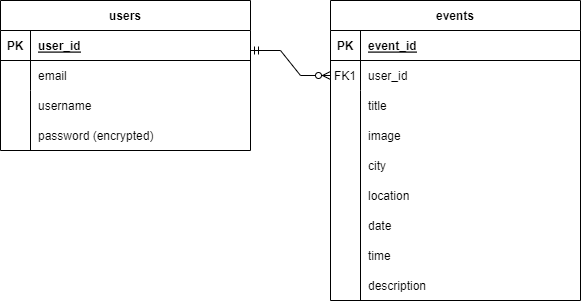
The draw.io diagram user-event.drawio.png in CristinaMateo/Batec_de_Festa, before a commit. Source tidied: cells renumbered, new cells last; positions are measured from the earlier drawing's top-left corner, leaving out a move shared by most shapes.
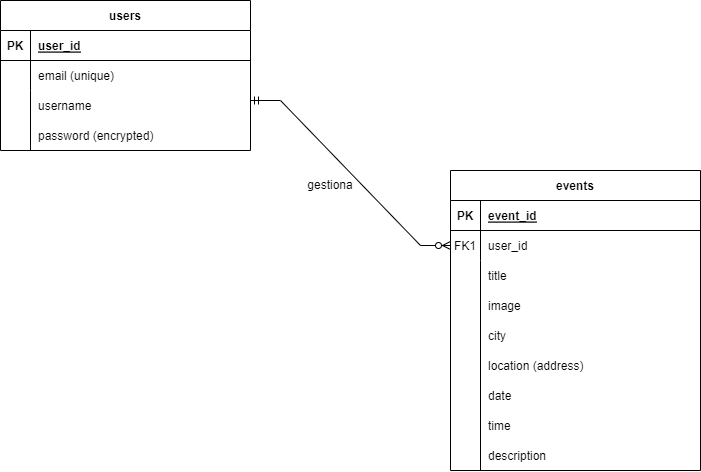
After the commit.

The edit, as a diff of the source:
```diff
@@ -33,7 +33,7 @@
       <mxGeometry x="30" width="220" height="30" as="geometry" />
     </mxCell>
     <mxCell id="12" value="users" style="shape=table;startSize=30;rowLines=0;fontStyle=1;align=center;" parent="1" vertex="1">
-      <mxGeometry width="250" height="150" as="geometry" />
+      <mxGeometry x="-120" y="-170" width="250" height="150" as="geometry" />
     </mxCell>
     <mxCell id="13" style="shape=partialRectangle;fillColor=none;top=0;left=0;right=0;bottom=1;" parent="12" vertex="1">
       <mxGeometry y="30" width="250" height="30" as="geometry" />
@@ -50,19 +50,19 @@
     <mxCell id="17" style="shape=partialRectangle;overflow=hidden;fillColor=none;top=0;left=0;bottom=0;right=0;" parent="16" vertex="1">
       <mxGeometry width="30" height="30" as="geometry" />
     </mxCell>
-    <mxCell id="18" value="email" style="shape=partialRectangle;overflow=hidden;fillColor=none;top=0;left=0;bottom=0;right=0;align=left;spacingLeft=6;" parent="16" vertex="1">
+    <mxCell id="18" value="email (unique)" style="shape=partialRectangle;overflow=hidden;fillColor=none;top=0;left=0;bottom=0;right=0;align=left;spacingLeft=6;" parent="16" vertex="1">
       <mxGeometry x="30" width="220" height="30" as="geometry" />
     </mxCell>
     <mxCell id="19" value="username" style="shape=partialRectangle;overflow=hidden;fillColor=none;top=0;left=0;bottom=0;right=0;align=left;spacingLeft=6;" parent="1" vertex="1">
-      <mxGeometry x="30" y="90" width="220" height="30" as="geometry" />
+      <mxGeometry x="-90" y="-80" width="220" height="30" as="geometry" />
     </mxCell>
     <mxCell id="20" value="password (encrypted)" style="shape=partialRectangle;overflow=hidden;fillColor=none;top=0;left=0;bottom=0;right=0;align=left;spacingLeft=6;" parent="1" vertex="1">
-      <mxGeometry x="30" y="120" width="220" height="30" as="geometry" />
+      <mxGeometry x="-90" y="-50" width="220" height="30" as="geometry" />
     </mxCell>
     <mxCell id="21" style="endArrow=none;html=1;rounded=0;" parent="1" edge="1">
       <mxGeometry relative="1" as="geometry">
-        <mxPoint x="30" y="150" as="sourcePoint" />
-        <mxPoint x="30" y="90" as="targetPoint" />
+        <mxPoint x="-90" y="-20" as="sourcePoint" />
+        <mxPoint x="-90" y="-80" as="targetPoint" />
       </mxGeometry>
     </mxCell>
     <mxCell id="22" value="city" style="shape=partialRectangle;overflow=hidden;fillColor=none;top=0;left=0;bottom=0;right=0;align=left;spacingLeft=6;" parent="1" vertex="1">
@@ -74,7 +74,7 @@
     <mxCell id="24" value="image" style="shape=partialRectangle;overflow=hidden;fillColor=none;top=0;left=0;bottom=0;right=0;align=left;spacingLeft=6;" parent="1" vertex="1">
       <mxGeometry x="360" y="120" width="220" height="30" as="geometry" />
     </mxCell>
-    <mxCell id="25" value="location" style="shape=partialRectangle;overflow=hidden;fillColor=none;top=0;left=0;bottom=0;right=0;align=left;spacingLeft=6;" parent="1" vertex="1">
+    <mxCell id="25" value="location (address)" style="shape=partialRectangle;overflow=hidden;fillColor=none;top=0;left=0;bottom=0;right=0;align=left;spacingLeft=6;" parent="1" vertex="1">
       <mxGeometry x="360" y="180" width="220" height="30" as="geometry" />
     </mxCell>
     <mxCell id="26" value="time" style="shape=partialRectangle;overflow=hidden;fillColor=none;top=0;left=0;bottom=0;right=0;align=left;spacingLeft=6;" parent="1" vertex="1">
@@ -91,8 +91,15 @@
     </mxCell>
     <mxCell id="29" style="edgeStyle=entityRelationEdgeStyle;fontSize=12;html=1;endArrow=ERzeroToMany;startArrow=ERmandOne;rounded=0;exitX=1;exitY=0.5;exitDx=0;exitDy=0;entryX=0;entryY=0.5;entryDx=0;entryDy=0;" parent="1" edge="1" target="6">
       <mxGeometry relative="1" as="geometry">
-        <mxPoint x="250" y="50" as="sourcePoint" />
+        <mxPoint x="130" y="-70" as="sourcePoint" />
+        <Array as="points">
+          <mxPoint x="170" />
+          <mxPoint x="170" y="40" />
+        </Array>
       </mxGeometry>
     </mxCell>
+    <mxCell id="30" value="gestiona" style="text;html=1;strokeColor=none;fillColor=none;align=center;verticalAlign=middle;whiteSpace=wrap;rounded=0;" parent="1" vertex="1">
+      <mxGeometry x="180" width="60" height="30" as="geometry" />
+    </mxCell>
   </root>
 </mxGraphModel>
```
